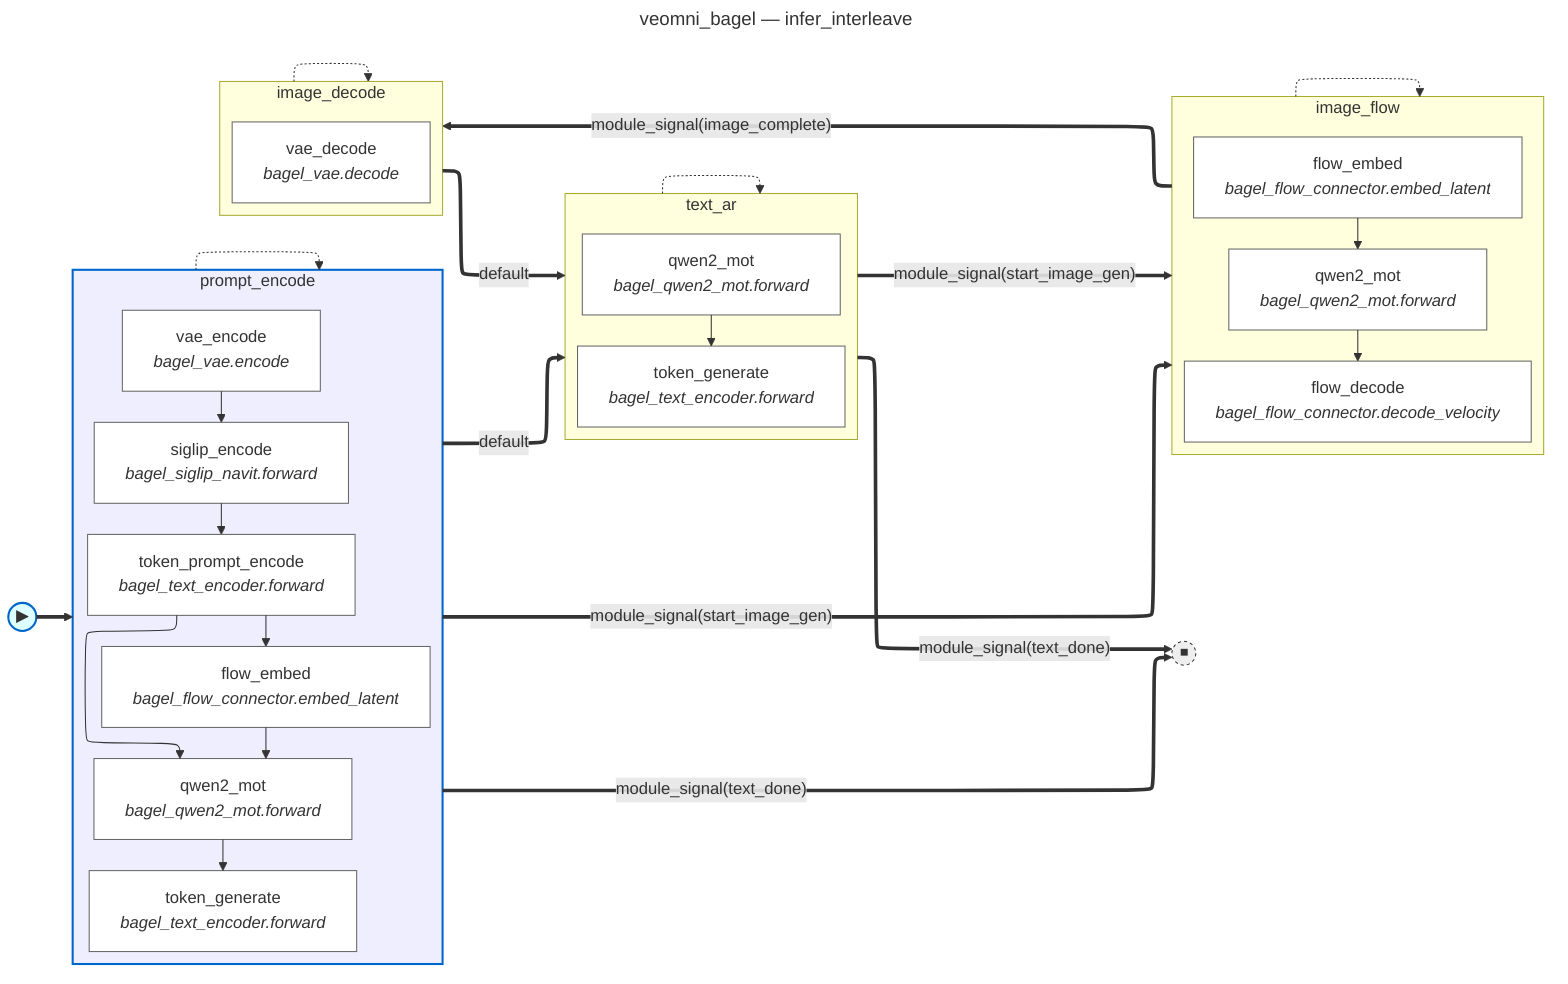
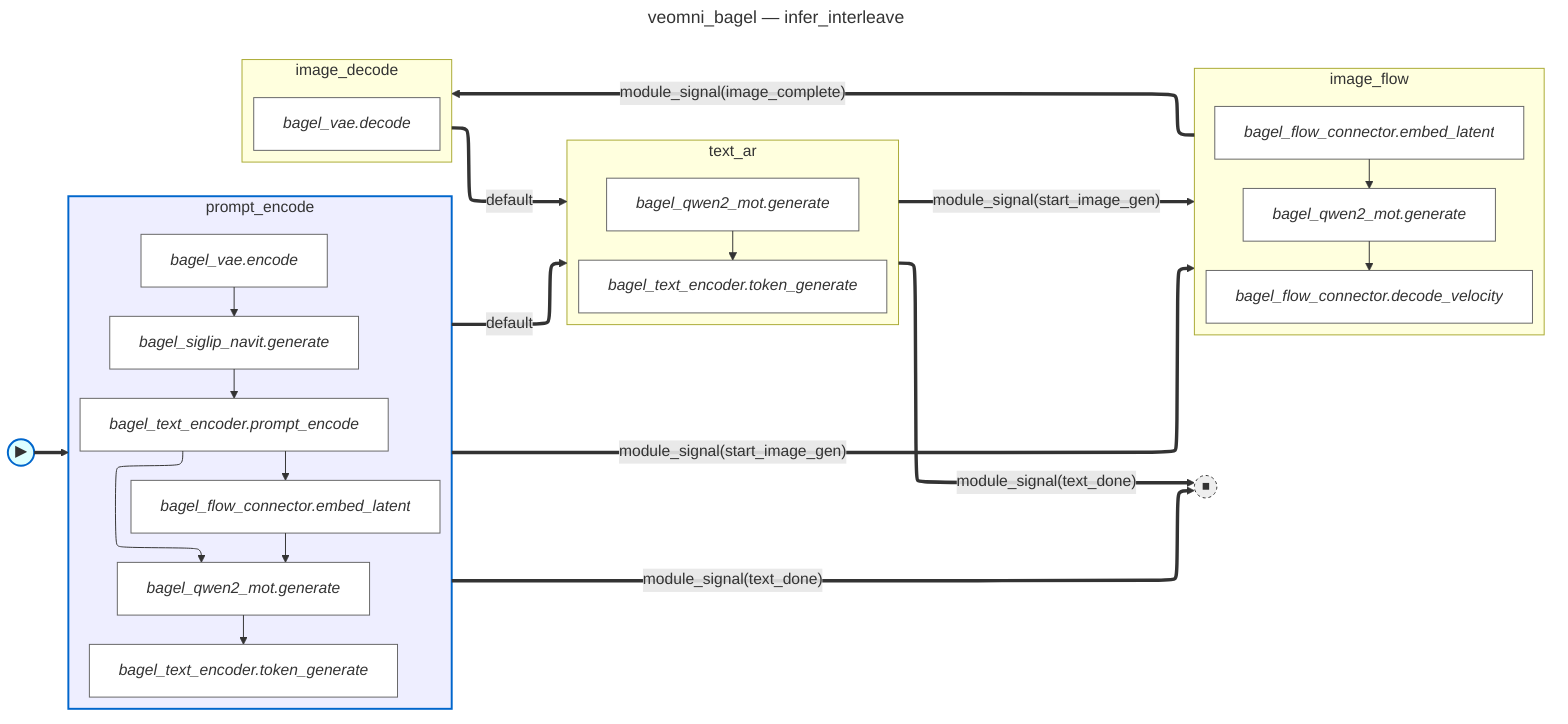
---
title: veomni_bagel — infer_interleave
---
%%{init: {'flowchart': {'defaultRenderer': 'elk'}}}%%
flowchart LR
    fsm_start(("▶")):::fsm_start
    fsm_done(("⏹")):::fsm_terminal
    subgraph state_prompt_encode [prompt_encode]
        direction TB
-         prompt_encode__vae_encode["vae_encode<br/><i>bagel_vae.encode</i>"]:::body_node
-         prompt_encode__siglip_encode["siglip_encode<br/><i>bagel_siglip_navit.forward</i>"]:::body_node
-         prompt_encode__token_prompt_encode["token_prompt_encode<br/><i>bagel_text_encoder.forward</i>"]:::body_node
-         prompt_encode__flow_embed["flow_embed<br/><i>bagel_flow_connector.embed_latent</i>"]:::body_node
-         prompt_encode__qwen2_mot["qwen2_mot<br/><i>bagel_qwen2_mot.forward</i>"]:::body_node
-         prompt_encode__token_generate["token_generate<br/><i>bagel_text_encoder.forward</i>"]:::body_node
-         prompt_encode__vae_encode --> prompt_encode__siglip_encode
-         prompt_encode__siglip_encode --> prompt_encode__token_prompt_encode
-         prompt_encode__token_prompt_encode --> prompt_encode__flow_embed
-         prompt_encode__flow_embed --> prompt_encode__qwen2_mot
-         prompt_encode__token_prompt_encode --> prompt_encode__qwen2_mot
-         prompt_encode__qwen2_mot --> prompt_encode__token_generate
+         prompt_encode__bagel_vae_encode["<i>bagel_vae.encode</i>"]:::body_node
+         prompt_encode__bagel_siglip_navit_generate["<i>bagel_siglip_navit.generate</i>"]:::body_node
+         prompt_encode__bagel_text_encoder_prompt_encode["<i>bagel_text_encoder.prompt_encode</i>"]:::body_node
+         prompt_encode__bagel_flow_connector_embed_latent["<i>bagel_flow_connector.embed_latent</i>"]:::body_node
+         prompt_encode__bagel_qwen2_mot_generate["<i>bagel_qwen2_mot.generate</i>"]:::body_node
+         prompt_encode__bagel_text_encoder_token_generate["<i>bagel_text_encoder.token_generate</i>"]:::body_node
+         prompt_encode__bagel_vae_encode --> prompt_encode__bagel_siglip_navit_generate
+         prompt_encode__bagel_siglip_navit_generate --> prompt_encode__bagel_text_encoder_prompt_encode
+         prompt_encode__bagel_text_encoder_prompt_encode --> prompt_encode__bagel_flow_connector_embed_latent
+         prompt_encode__bagel_flow_connector_embed_latent --> prompt_encode__bagel_qwen2_mot_generate
+         prompt_encode__bagel_text_encoder_prompt_encode --> prompt_encode__bagel_qwen2_mot_generate
+         prompt_encode__bagel_qwen2_mot_generate --> prompt_encode__bagel_text_encoder_token_generate
    end
    subgraph state_text_ar [text_ar]
        direction TB
-         text_ar__qwen2_mot["qwen2_mot<br/><i>bagel_qwen2_mot.forward</i>"]:::body_node
-         text_ar__token_generate["token_generate<br/><i>bagel_text_encoder.forward</i>"]:::body_node
-         text_ar__qwen2_mot --> text_ar__token_generate
+         text_ar__bagel_qwen2_mot_generate["<i>bagel_qwen2_mot.generate</i>"]:::body_node
+         text_ar__bagel_text_encoder_token_generate["<i>bagel_text_encoder.token_generate</i>"]:::body_node
+         text_ar__bagel_qwen2_mot_generate --> text_ar__bagel_text_encoder_token_generate
    end
    subgraph state_image_flow [image_flow]
        direction TB
-         image_flow__flow_embed["flow_embed<br/><i>bagel_flow_connector.embed_latent</i>"]:::body_node
-         image_flow__qwen2_mot["qwen2_mot<br/><i>bagel_qwen2_mot.forward</i>"]:::body_node
-         image_flow__flow_decode["flow_decode<br/><i>bagel_flow_connector.decode_velocity</i>"]:::body_node
-         image_flow__flow_embed --> image_flow__qwen2_mot
-         image_flow__qwen2_mot --> image_flow__flow_decode
+         image_flow__bagel_flow_connector_embed_latent["<i>bagel_flow_connector.embed_latent</i>"]:::body_node
+         image_flow__bagel_qwen2_mot_generate["<i>bagel_qwen2_mot.generate</i>"]:::body_node
+         image_flow__bagel_flow_connector_decode_velocity["<i>bagel_flow_connector.decode_velocity</i>"]:::body_node
+         image_flow__bagel_flow_connector_embed_latent --> image_flow__bagel_qwen2_mot_generate
+         image_flow__bagel_qwen2_mot_generate --> image_flow__bagel_flow_connector_decode_velocity
    end
    subgraph state_image_decode [image_decode]
        direction TB
-         image_decode__vae_decode["vae_decode<br/><i>bagel_vae.decode</i>"]:::body_node
+         image_decode__bagel_vae_decode["<i>bagel_vae.decode</i>"]:::body_node
    end
-     state_prompt_encode -.-> state_prompt_encode
-     state_text_ar -.-> state_text_ar
-     state_image_flow -.-> state_image_flow
-     state_image_decode -.-> state_image_decode
    fsm_start ==> state_prompt_encode
    state_prompt_encode ==>|"module_signal(start_image_gen)"| state_image_flow
    state_prompt_encode ==>|"module_signal(text_done)"| fsm_done
    state_prompt_encode ==>|"default"| state_text_ar
    state_text_ar ==>|"module_signal(start_image_gen)"| state_image_flow
    state_text_ar ==>|"module_signal(text_done)"| fsm_done
    state_image_flow ==>|"module_signal(image_complete)"| state_image_decode
    state_image_decode ==>|"default"| state_text_ar
    classDef body_node fill:#fff,stroke:#666
    classDef fsm_start fill:#dff,stroke:#06c,stroke-width:2px
    classDef fsm_terminal fill:#eee,stroke:#333,stroke-width:1px,stroke-dasharray:3 3
    style state_prompt_encode fill:#eef,stroke:#06c,stroke-width:2px
